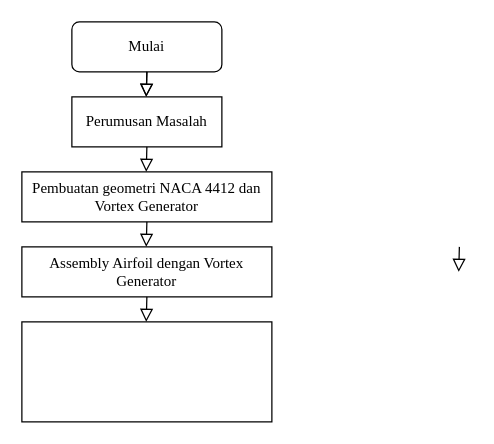
This is Untitled Diagram.drawio from aisayudia/aisayudia.github.io, a draw.io file, before an edit. Source tidied: cells renumbered, new cells numbered last; positions are measured from the earlier drawing's top-left corner, leaving out a move shared by most shapes. Both pictures are drawn from the tidied source at 125%, with x=0, y=0 at pixel (21, 21).
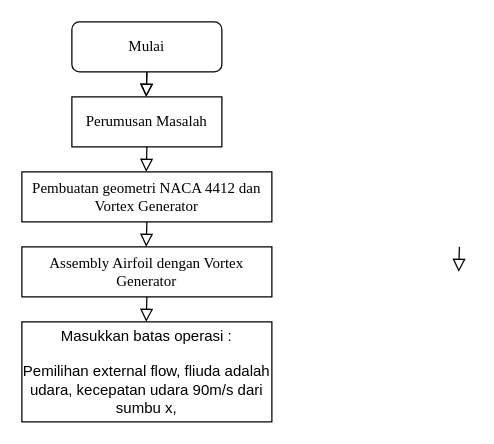
The same diagram, later.

Change to the diagram source:
```diff
@@
 <mxGraphModel>
   <root>
     <mxCell id="0" />
     <mxCell id="1" parent="0" />
     <mxCell id="2" value="&lt;font face=&quot;Times New Roman&quot;&gt;Mulai&lt;/font&gt;" style="rounded=1;whiteSpace=wrap;html=1;fontSize=12;glass=0;strokeWidth=1;shadow=0;" parent="1" vertex="1">
       <mxGeometry x="40" width="120" height="40" as="geometry" />
     </mxCell>
     <mxCell id="3" style="rounded=0;html=1;jettySize=auto;orthogonalLoop=1;fontSize=11;endArrow=block;endFill=0;endSize=8;strokeWidth=1;shadow=0;labelBackgroundColor=none;edgeStyle=orthogonalEdgeStyle;" parent="1" edge="1">
       <mxGeometry relative="1" as="geometry">
         <mxPoint x="100" y="40" as="sourcePoint" />
         <mxPoint x="99.5" y="60" as="targetPoint" />
       </mxGeometry>
     </mxCell>
     <mxCell id="4" value="&lt;font face=&quot;Times New Roman&quot;&gt;Perumusan Masalah&lt;/font&gt;" style="rounded=0;whiteSpace=wrap;html=1;" parent="1" vertex="1">
       <mxGeometry x="40" y="60" width="120" height="40" as="geometry" />
     </mxCell>
     <mxCell id="5" value="&lt;font face=&quot;Times New Roman&quot;&gt;Pembuatan geometri NACA 4412 dan Vortex Generator&lt;/font&gt;" style="rounded=0;whiteSpace=wrap;html=1;" parent="1" vertex="1">
       <mxGeometry y="120" width="200" height="40" as="geometry" />
     </mxCell>
     <mxCell id="6" value="&lt;font face=&quot;Times New Roman&quot;&gt;Assembly Airfoil dengan Vortex Generator&lt;/font&gt;" style="rounded=0;whiteSpace=wrap;html=1;" parent="1" vertex="1">
       <mxGeometry y="180" width="200" height="40" as="geometry" />
     </mxCell>
     <mxCell id="7" style="rounded=0;html=1;jettySize=auto;orthogonalLoop=1;fontSize=11;endArrow=block;endFill=0;endSize=8;strokeWidth=1;shadow=0;labelBackgroundColor=none;edgeStyle=orthogonalEdgeStyle;" parent="1" edge="1">
       <mxGeometry relative="1" as="geometry">
         <mxPoint x="100" y="40" as="sourcePoint" />
         <mxPoint x="99.5" y="60" as="targetPoint" />
       </mxGeometry>
     </mxCell>
     <mxCell id="8" style="rounded=0;html=1;jettySize=auto;orthogonalLoop=1;fontSize=11;endArrow=block;endFill=0;endSize=8;strokeWidth=1;shadow=0;labelBackgroundColor=none;edgeStyle=orthogonalEdgeStyle;" parent="1" edge="1">
       <mxGeometry relative="1" as="geometry">
         <mxPoint x="350" y="180" as="sourcePoint" />
         <mxPoint x="349.5" y="200" as="targetPoint" />
       </mxGeometry>
     </mxCell>
     <mxCell id="9" style="rounded=0;html=1;jettySize=auto;orthogonalLoop=1;fontSize=11;endArrow=block;endFill=0;endSize=8;strokeWidth=1;shadow=0;labelBackgroundColor=none;edgeStyle=orthogonalEdgeStyle;" parent="1" edge="1">
       <mxGeometry relative="1" as="geometry">
         <mxPoint x="100" y="100" as="sourcePoint" />
         <mxPoint x="99.5" y="120" as="targetPoint" />
       </mxGeometry>
     </mxCell>
     <mxCell id="10" style="rounded=0;html=1;jettySize=auto;orthogonalLoop=1;fontSize=11;endArrow=block;endFill=0;endSize=8;strokeWidth=1;shadow=0;labelBackgroundColor=none;edgeStyle=orthogonalEdgeStyle;" parent="1" edge="1">
       <mxGeometry relative="1" as="geometry">
         <mxPoint x="100" y="160" as="sourcePoint" />
         <mxPoint x="99.5" y="180" as="targetPoint" />
       </mxGeometry>
     </mxCell>
-    <mxCell id="11" style="rounded=0;whiteSpace=wrap;html=1;" parent="1" vertex="1">
+    <mxCell id="11" value="&lt;div&gt;Masukkan batas operasi :&lt;/div&gt;&lt;div&gt;&lt;br&gt;&lt;/div&gt;&lt;div&gt;Pemilihan external flow, fliuda adalah udara, kecepatan udara 90m/s dari sumbu x, &lt;br&gt;&lt;/div&gt;" style="rounded=0;whiteSpace=wrap;html=1;" parent="1" vertex="1">
       <mxGeometry y="240" width="200" height="80" as="geometry" />
     </mxCell>
     <mxCell id="12" style="rounded=0;html=1;jettySize=auto;orthogonalLoop=1;fontSize=11;endArrow=block;endFill=0;endSize=8;strokeWidth=1;shadow=0;labelBackgroundColor=none;edgeStyle=orthogonalEdgeStyle;" parent="1" edge="1">
       <mxGeometry relative="1" as="geometry">
         <mxPoint x="100" y="220" as="sourcePoint" />
         <mxPoint x="99.5" y="240" as="targetPoint" />
       </mxGeometry>
     </mxCell>
   </root>
 </mxGraphModel>
```
